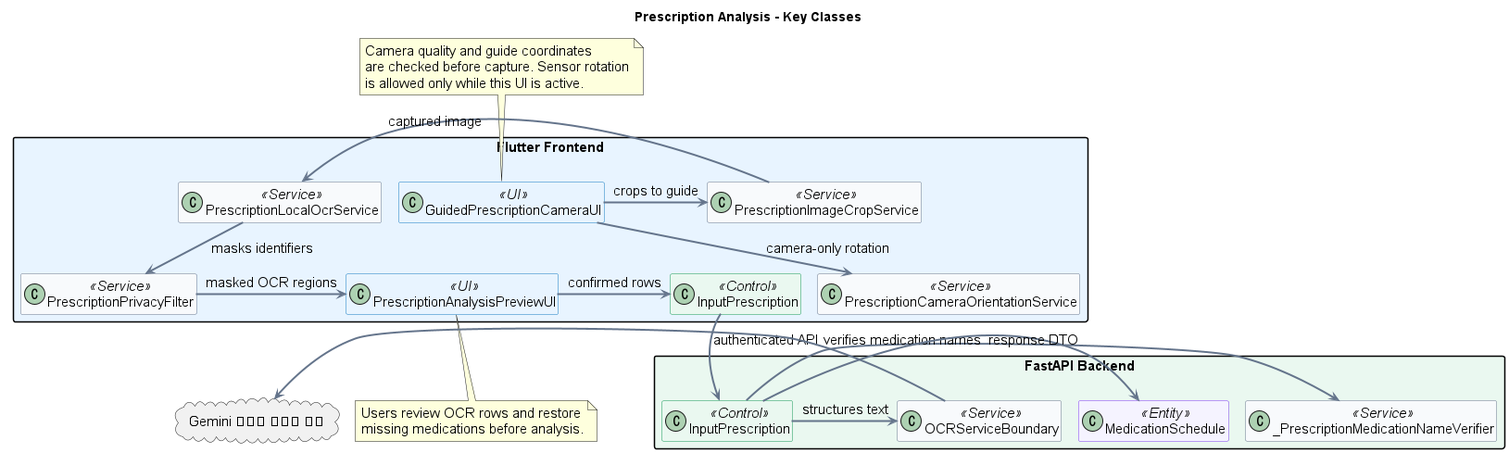
Earlier version of the PlantUML export docs/UML/class/02_PrescriptionAnalysis.png (1window2/MedBuddy).
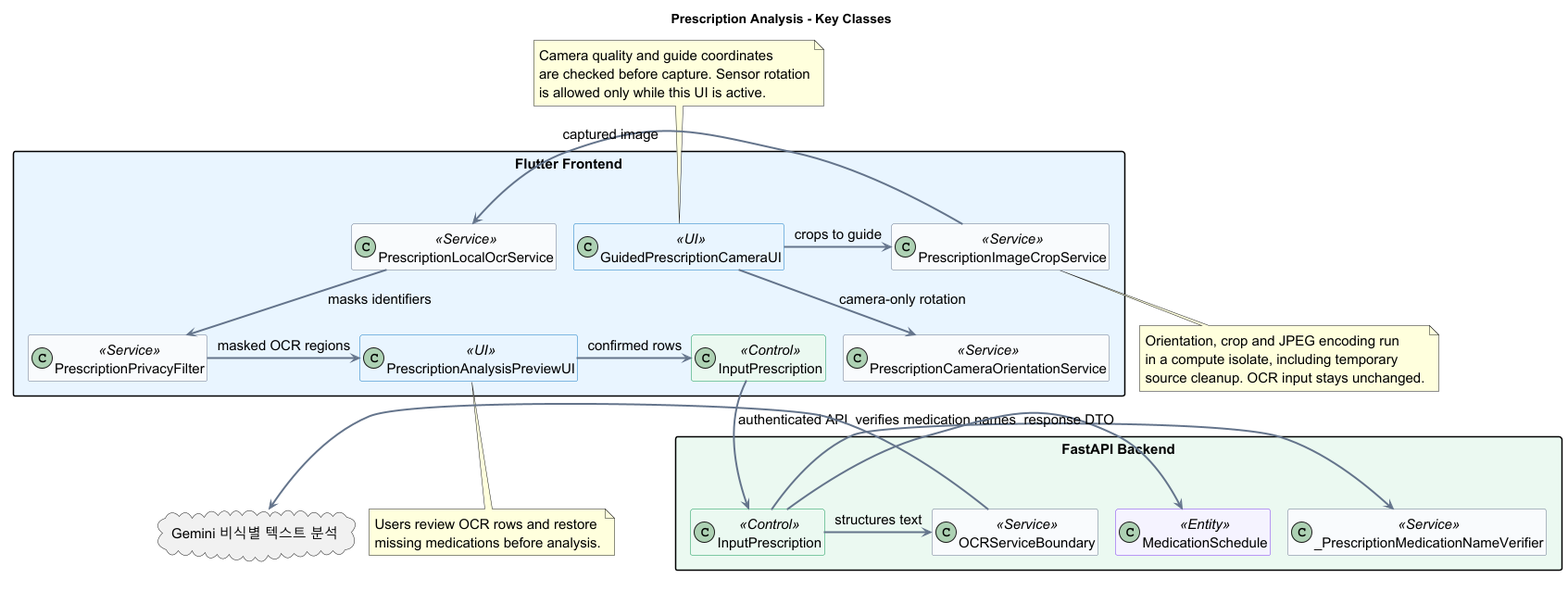
After the commit.

What changed in the source:
```diff
@@ -9,7 +9,7 @@
 skinparam backgroundColor white
 skinparam shadowing false
 skinparam linetype ortho
-skinparam defaultFontName Arial
+skinparam defaultFontName SansSerif
 skinparam defaultFontSize 15
 skinparam ArrowColor #64748B
 skinparam ArrowThickness 2
@@ -64,6 +64,12 @@
   missing medications before analysis.
 end note
 
+note bottom of PrescriptionImageCropService
+  Orientation, crop and JPEG encoding run
+  in a compute isolate, including temporary
+  source cleanup. OCR input stays unchanged.
+end note
+
 note top of GuidedPrescriptionCameraUI
   Camera quality and guide coordinates
   are checked before capture. Sensor rotation
```
